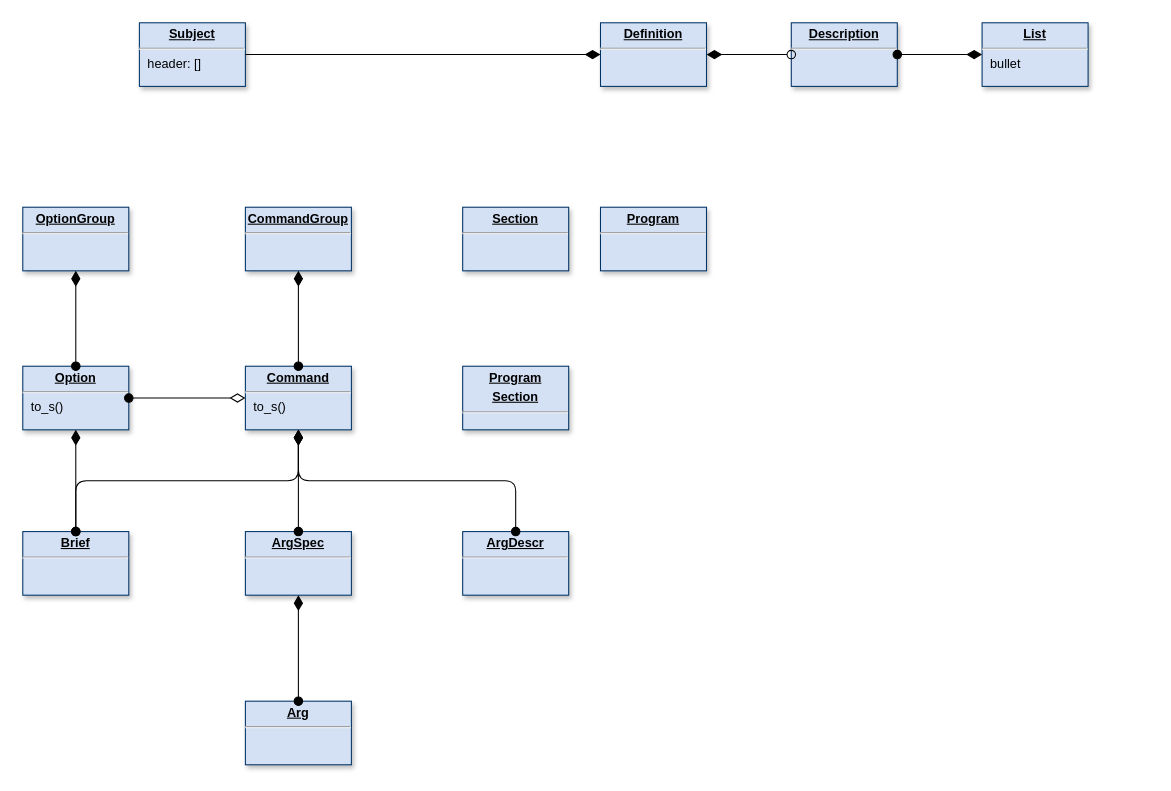
clrgit/shellopts keeps this draw.io diagram as page "Page-6" (6 of 6) of doc/diagram.drawio. Above is the earlier version. Source tidied: cells renumbered, new cells numbered last; positions are measured from the earlier drawing's top-left corner, leaving out a move shared by most shapes. Both pictures are drawn from the tidied source at 106%, with x=0, y=0 at pixel (22, 22).
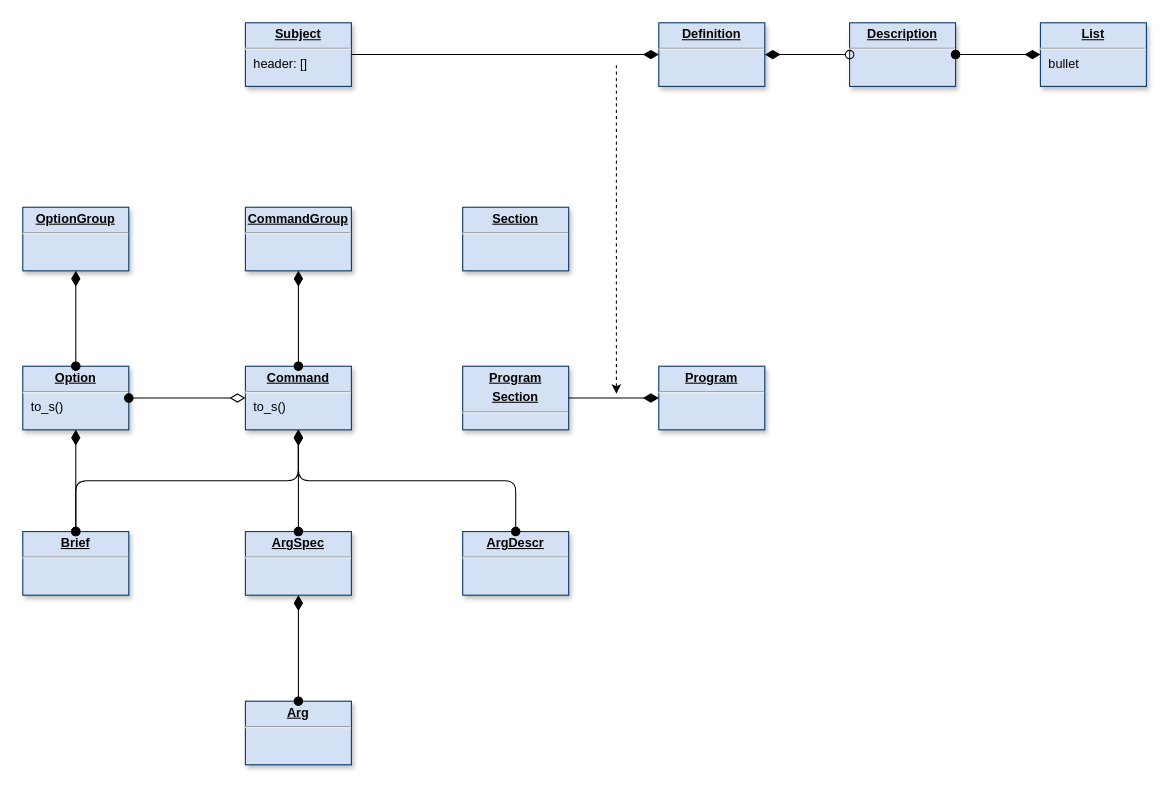
The same diagram, later.

The change refers to these unchanged cells:
```xml
<mxCell id="26" value="&lt;p style=&quot;margin: 0px ; margin-top: 4px ; text-align: center ; text-decoration: underline&quot;&gt;&lt;b&gt;Program&lt;/b&gt;&lt;/p&gt;&lt;p style=&quot;margin: 0px ; margin-top: 4px ; text-align: center ; text-decoration: underline&quot;&gt;&lt;b&gt;Section&lt;/b&gt;&lt;/p&gt;&lt;hr&gt;&lt;p style=&quot;margin: 0px ; margin-left: 8px&quot;&gt;&lt;br&gt;&lt;/p&gt;" style="verticalAlign=top;align=left;overflow=fill;fontSize=12;fontFamily=Helvetica;html=1;shadow=1;strokeColor=#003366;fillColor=#D4E1F5;" parent="1" vertex="1">
  <mxGeometry x="415" y="324" width="100" height="60" as="geometry" />
</mxCell>
```

The edit, as a diff of the source:
```diff
@@
     <mxCell id="2" value="&lt;p style=&quot;margin: 0px ; margin-top: 4px ; text-align: center ; text-decoration: underline&quot;&gt;&lt;b&gt;Definition&lt;/b&gt;&lt;/p&gt;&lt;hr&gt;&lt;p style=&quot;margin: 0px ; margin-left: 8px&quot;&gt;&lt;br&gt;&lt;/p&gt;" style="verticalAlign=top;align=left;overflow=fill;fontSize=12;fontFamily=Helvetica;html=1;shadow=1;strokeColor=#003366;fillColor=#D4E1F5;" parent="1" vertex="1">
-      <mxGeometry x="545" width="100" height="60" as="geometry" />
+      <mxGeometry x="600" width="100" height="60" as="geometry" />
     </mxCell>
     <mxCell id="3" value="&lt;p style=&quot;margin: 0px ; margin-top: 4px ; text-align: center ; text-decoration: underline&quot;&gt;&lt;b&gt;Subject&lt;/b&gt;&lt;/p&gt;&lt;hr&gt;&lt;p style=&quot;margin: 0px ; margin-left: 8px&quot;&gt;header: []&lt;/p&gt;" style="verticalAlign=top;align=left;overflow=fill;fontSize=12;fontFamily=Helvetica;html=1;shadow=1;strokeColor=#003366;fillColor=#D4E1F5;" parent="1" vertex="1">
-      <mxGeometry x="110" width="100" height="60" as="geometry" />
+      <mxGeometry x="210" width="100" height="60" as="geometry" />
     </mxCell>
     <mxCell id="4" value="&lt;p style=&quot;margin: 0px ; margin-top: 4px ; text-align: center ; text-decoration: underline&quot;&gt;&lt;b&gt;Description&lt;/b&gt;&lt;/p&gt;&lt;hr&gt;&lt;p style=&quot;margin: 0px ; margin-left: 8px&quot;&gt;&lt;br&gt;&lt;/p&gt;" style="verticalAlign=top;align=left;overflow=fill;fontSize=12;fontFamily=Helvetica;html=1;shadow=1;strokeColor=#003366;fillColor=#D4E1F5;" parent="1" vertex="1">
-      <mxGeometry x="725" width="100" height="60" as="geometry" />
+      <mxGeometry x="780" width="100" height="60" as="geometry" />
     </mxCell>
@@
     <mxCell id="8" value="&lt;p style=&quot;margin: 0px ; margin-top: 4px ; text-align: center ; text-decoration: underline&quot;&gt;&lt;b&gt;List&lt;/b&gt;&lt;/p&gt;&lt;hr&gt;&lt;p style=&quot;margin: 0px ; margin-left: 8px&quot;&gt;bullet&lt;/p&gt;" style="verticalAlign=top;align=left;overflow=fill;fontSize=12;fontFamily=Helvetica;html=1;shadow=1;strokeColor=#003366;fillColor=#D4E1F5;" parent="1" vertex="1">
-      <mxGeometry x="905" width="100" height="60" as="geometry" />
+      <mxGeometry x="960" width="100" height="60" as="geometry" />
     </mxCell>
@@
     <mxCell id="27" value="&lt;p style=&quot;margin: 0px ; margin-top: 4px ; text-align: center ; text-decoration: underline&quot;&gt;&lt;b&gt;Program&lt;/b&gt;&lt;/p&gt;&lt;hr&gt;&lt;p style=&quot;margin: 0px ; margin-left: 8px&quot;&gt;&lt;br&gt;&lt;/p&gt;" style="verticalAlign=top;align=left;overflow=fill;fontSize=12;fontFamily=Helvetica;html=1;shadow=1;strokeColor=#003366;fillColor=#D4E1F5;" parent="1" vertex="1">
-      <mxGeometry x="545" y="174" width="100" height="60" as="geometry" />
+      <mxGeometry x="600" y="324" width="100" height="60" as="geometry" />
     </mxCell>
+    <mxCell id="28" style="endArrow=diamondThin;endFill=1;endSize=12;html=1;edgeStyle=elbowEdgeStyle;labelBackgroundColor=#FFFFFF;startSize=8;startArrow=none;startFill=0;elbow=vertical;" parent="1" edge="1" source="26" target="27">
+      <mxGeometry relative="1" as="geometry" />
+    </mxCell>
+    <mxCell id="29" style="endArrow=classic;html=1;dashed=1;" parent="1" edge="1">
+      <mxGeometry relative="1" as="geometry">
+        <mxPoint x="560" y="40" as="sourcePoint" />
+        <mxPoint x="560" y="350" as="targetPoint" />
+      </mxGeometry>
+    </mxCell>
```
